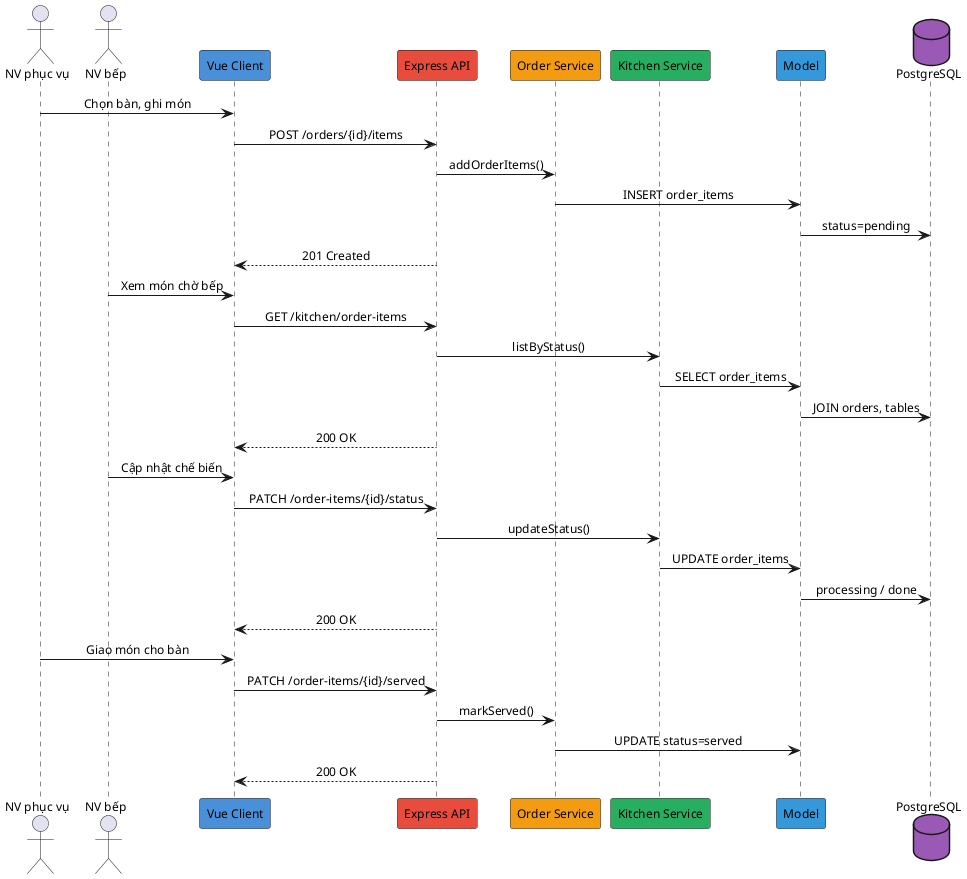
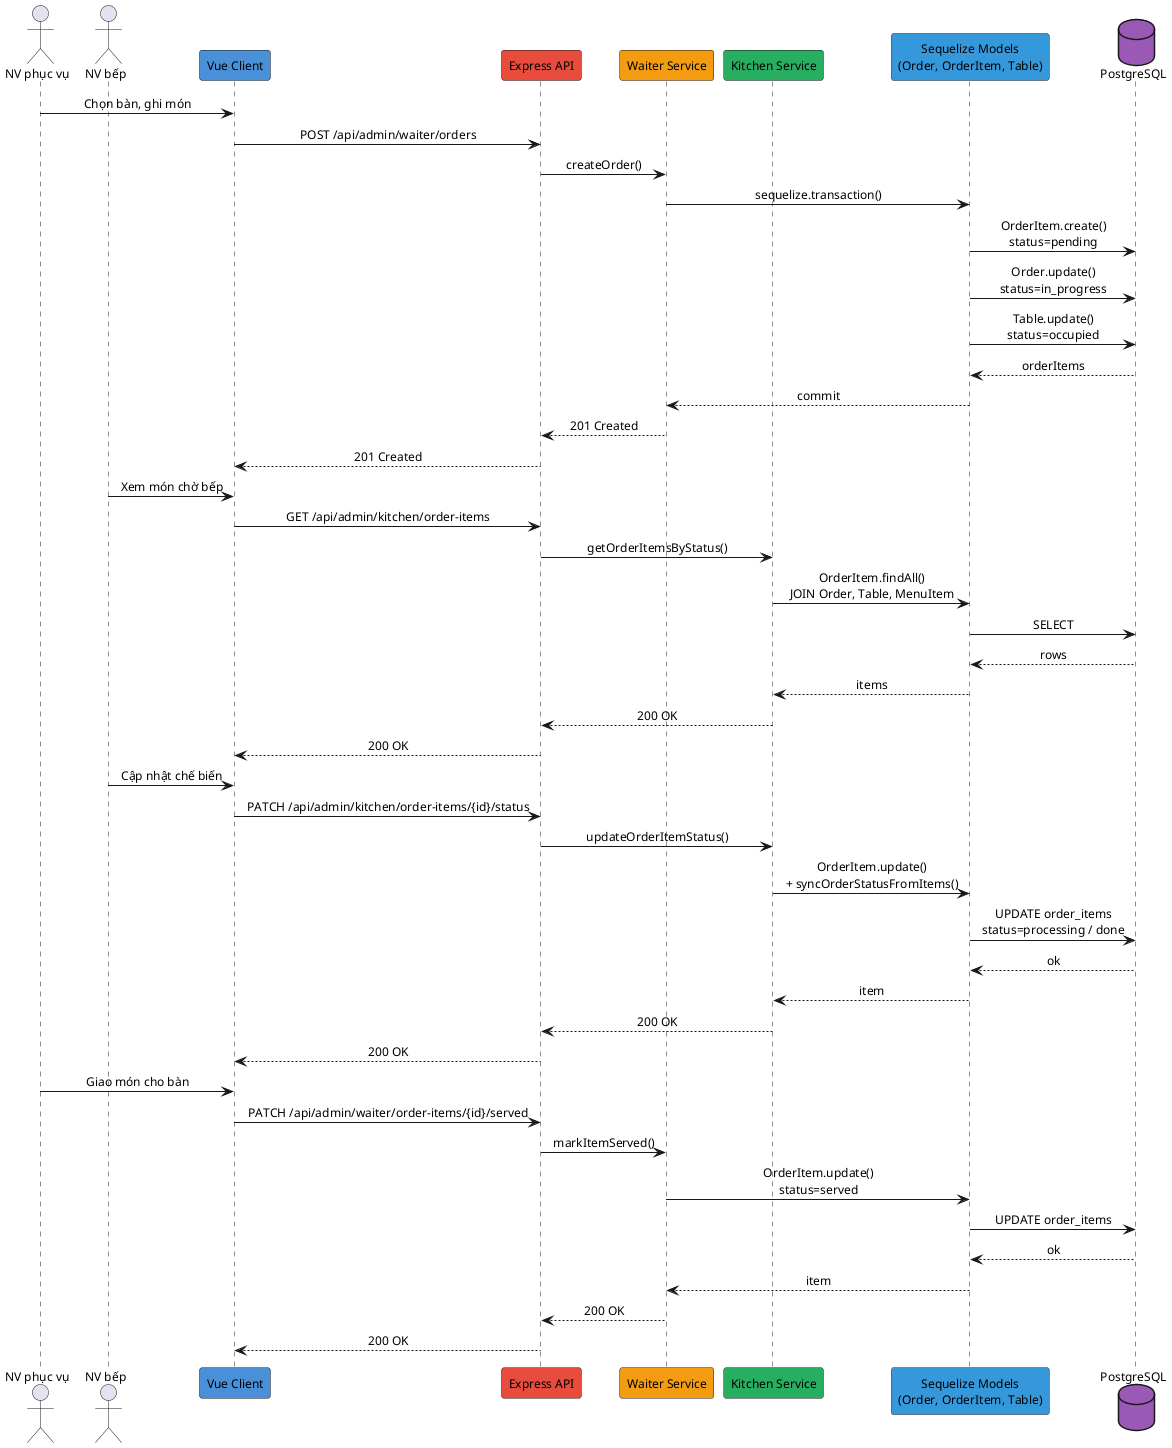
@startuml
skinparam defaultFontSize 12
skinparam sequenceMessageAlign center

actor "NV phục vụ" as W
actor "NV bếp" as K
participant "Vue Client" as FE #4A90D9
participant "Express API" as API #E74C3C
- participant "Order Service" as SVC #F39C12
+ participant "Waiter Service" as WAIT #F39C12
participant "Kitchen Service" as KIT #27AE60
- participant "Model" as MODEL #3498DB
+ participant "Sequelize Models\n(Order, OrderItem, Table)" as MODEL #3498DB
database "PostgreSQL" as DB #9B59B6

W -> FE : Chọn bàn, ghi món
- FE -> API : POST /orders/{id}/items
- API -> SVC : addOrderItems()
- SVC -> MODEL : INSERT order_items
- MODEL -> DB : status=pending
+ FE -> API : POST /api/admin/waiter/orders
+ API -> WAIT : createOrder()
+ WAIT -> MODEL : sequelize.transaction()
+ MODEL -> DB : OrderItem.create()\nstatus=pending
+ MODEL -> DB : Order.update()\nstatus=in_progress
+ MODEL -> DB : Table.update()\nstatus=occupied
+ DB --> MODEL : orderItems
+ MODEL --> WAIT : commit
+ WAIT --> API : 201 Created
API --> FE : 201 Created

K -> FE : Xem món chờ bếp
- FE -> API : GET /kitchen/order-items
- API -> KIT : listByStatus()
- KIT -> MODEL : SELECT order_items
- MODEL -> DB : JOIN orders, tables
+ FE -> API : GET /api/admin/kitchen/order-items
+ API -> KIT : getOrderItemsByStatus()
+ KIT -> MODEL : OrderItem.findAll()\nJOIN Order, Table, MenuItem
+ MODEL -> DB : SELECT
+ DB --> MODEL : rows
+ MODEL --> KIT : items
+ KIT --> API : 200 OK
API --> FE : 200 OK

K -> FE : Cập nhật chế biến
- FE -> API : PATCH /order-items/{id}/status
- API -> KIT : updateStatus()
- KIT -> MODEL : UPDATE order_items
- MODEL -> DB : processing / done
+ FE -> API : PATCH /api/admin/kitchen/order-items/{id}/status
+ API -> KIT : updateOrderItemStatus()
+ KIT -> MODEL : OrderItem.update()\n+ syncOrderStatusFromItems()
+ MODEL -> DB : UPDATE order_items\nstatus=processing / done
+ DB --> MODEL : ok
+ MODEL --> KIT : item
+ KIT --> API : 200 OK
API --> FE : 200 OK

W -> FE : Giao món cho bàn
- FE -> API : PATCH /order-items/{id}/served
- API -> SVC : markServed()
- SVC -> MODEL : UPDATE status=served
+ FE -> API : PATCH /api/admin/waiter/order-items/{id}/served
+ API -> WAIT : markItemServed()
+ WAIT -> MODEL : OrderItem.update()\nstatus=served
+ MODEL -> DB : UPDATE order_items
+ DB --> MODEL : ok
+ MODEL --> WAIT : item
+ WAIT --> API : 200 OK
API --> FE : 200 OK

@enduml
